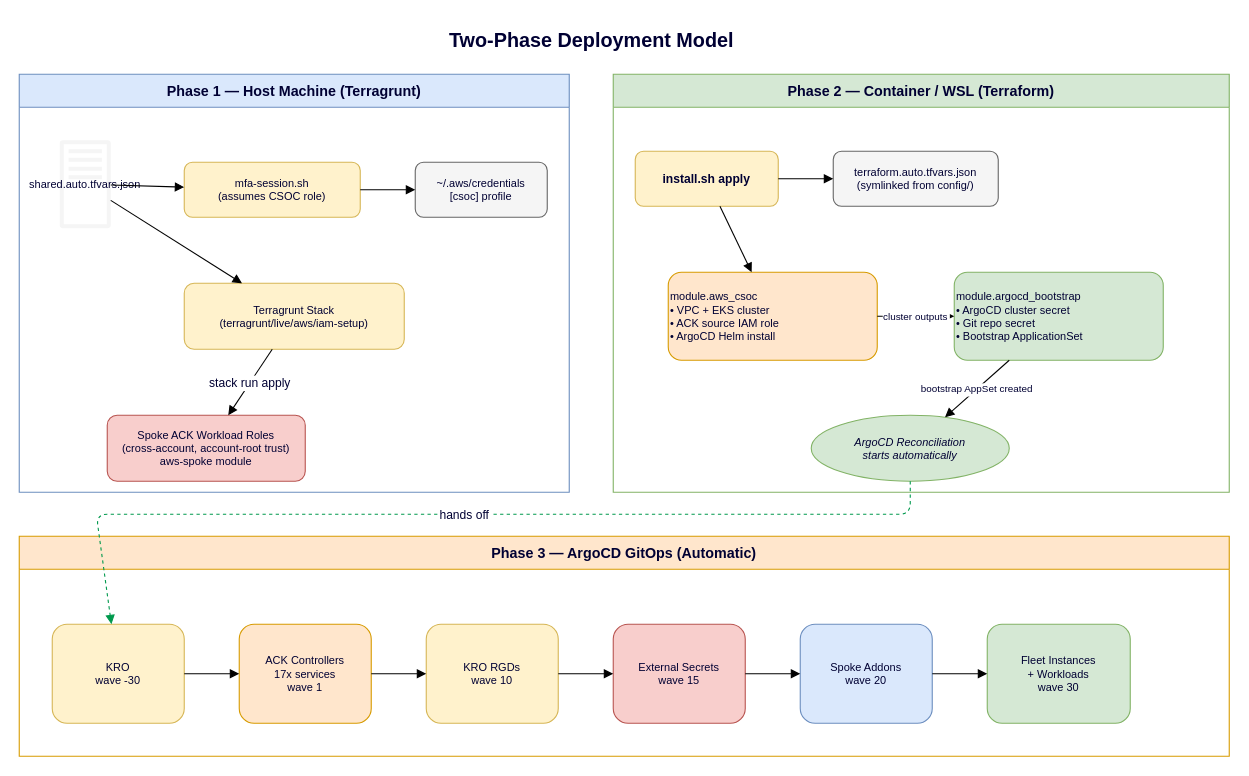
indiana-university/gen3-kro keeps this draw.io diagram as docs/diagrams/deployment-phases.drawio. Above is the earlier version. Source tidied: cells renumbered, new cells numbered last; positions are measured from the earlier drawing's top-left corner, leaving out a move shared by most shapes. Both pictures are drawn from the tidied source at 110%, with x=0, y=0 at pixel (19, 19).
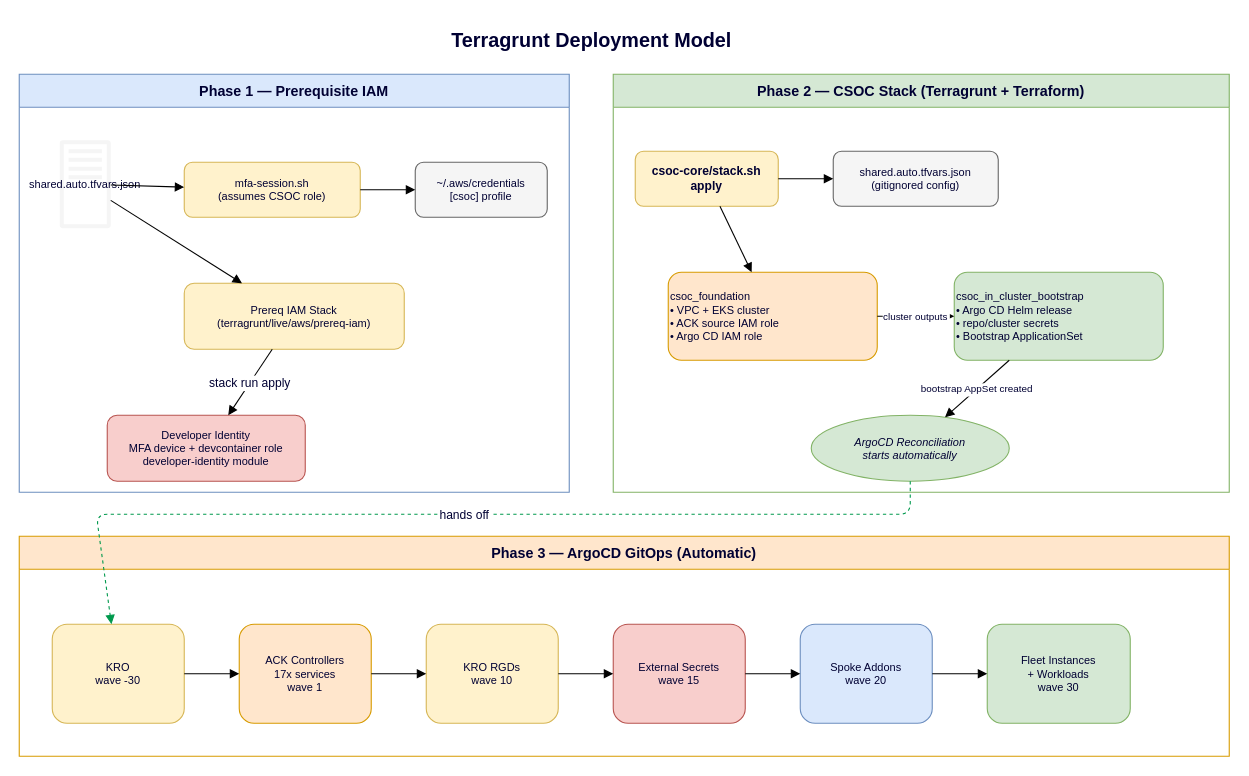
Above is the later version.

Diff of the diagram source:
```diff
@@
-    <mxCell id="2" value="Two-Phase Deployment Model" style="text;html=1;align=center;verticalAlign=middle;strokeColor=none;fillColor=none;fontSize=18;fontStyle=1;fontColor=#000033;" parent="1" vertex="1">
+    <mxCell id="2" value="Terragrunt Deployment Model" style="text;html=1;align=center;verticalAlign=middle;strokeColor=none;fillColor=none;fontSize=18;fontStyle=1;fontColor=#000033;" parent="1" vertex="1">
       <mxGeometry x="270" width="500" height="40" as="geometry" />
     </mxCell>
-    <mxCell id="3" value="Phase 1 — Host Machine (Terragrunt)" style="swimlane;startSize=30;fillColor=#dae8fc;strokeColor=#6c8ebf;fontSize=13;fontStyle=1;fontColor=#000033;" parent="1" vertex="1">
+    <mxCell id="3" value="Phase 1 — Prerequisite IAM" style="swimlane;startSize=30;fillColor=#dae8fc;strokeColor=#6c8ebf;fontSize=13;fontStyle=1;fontColor=#000033;" parent="1" vertex="1">
       <mxGeometry y="50" width="500" height="380" as="geometry" />
     </mxCell>
@@
-    <mxCell id="7" value="Terragrunt Stack&#10;(terragrunt/live/aws/iam-setup)" style="rounded=1;whiteSpace=wrap;fillColor=#fff2cc;strokeColor=#d6b656;fontSize=10;fontColor=#000033;" parent="3" vertex="1">
+    <mxCell id="7" value="Prereq IAM Stack&#10;(terragrunt/live/aws/prereq-iam)" style="rounded=1;whiteSpace=wrap;fillColor=#fff2cc;strokeColor=#d6b656;fontSize=10;fontColor=#000033;" parent="3" vertex="1">
       <mxGeometry x="150" y="190" width="200" height="60" as="geometry" />
     </mxCell>
-    <mxCell id="8" value="Spoke ACK Workload Roles&#10;(cross-account, account-root trust)&#10;aws-spoke module" style="rounded=1;whiteSpace=wrap;fillColor=#f8cecc;strokeColor=#b85450;fontSize=10;fontColor=#000033;" parent="3" vertex="1">
+    <mxCell id="8" value="Developer Identity&#10;MFA device + devcontainer role&#10;developer-identity module" style="rounded=1;whiteSpace=wrap;fillColor=#f8cecc;strokeColor=#b85450;fontSize=10;fontColor=#000033;" parent="3" vertex="1">
       <mxGeometry x="80" y="310" width="180" height="60" as="geometry" />
     </mxCell>
@@
-    <mxCell id="13" value="Phase 2 — Container / WSL (Terraform)" style="swimlane;startSize=30;fillColor=#d5e8d4;strokeColor=#82b366;fontSize=13;fontStyle=1;fontColor=#000033;" parent="1" vertex="1">
+    <mxCell id="13" value="Phase 2 — CSOC Stack (Terragrunt + Terraform)" style="swimlane;startSize=30;fillColor=#d5e8d4;strokeColor=#82b366;fontSize=13;fontStyle=1;fontColor=#000033;" parent="1" vertex="1">
       <mxGeometry x="540" y="50" width="560" height="380" as="geometry" />
     </mxCell>
-    <mxCell id="14" value="install.sh apply" style="rounded=1;whiteSpace=wrap;fillColor=#fff2cc;strokeColor=#d6b656;fontSize=11;fontStyle=1;fontColor=#000033;" parent="13" vertex="1">
+    <mxCell id="14" value="csoc-core/stack.sh apply" style="rounded=1;whiteSpace=wrap;fillColor=#fff2cc;strokeColor=#d6b656;fontSize=11;fontStyle=1;fontColor=#000033;" parent="13" vertex="1">
       <mxGeometry x="20" y="70" width="130" height="50" as="geometry" />
     </mxCell>
-    <mxCell id="15" value="terraform.auto.tfvars.json&#10;(symlinked from config/)" style="rounded=1;whiteSpace=wrap;fillColor=#f5f5f5;strokeColor=#666666;fontSize=10;fontColor=#000033;" parent="13" vertex="1">
+    <mxCell id="15" value="shared.auto.tfvars.json&#10;(gitignored config)" style="rounded=1;whiteSpace=wrap;fillColor=#f5f5f5;strokeColor=#666666;fontSize=10;fontColor=#000033;" parent="13" vertex="1">
       <mxGeometry x="200" y="70" width="150" height="50" as="geometry" />
     </mxCell>
-    <mxCell id="16" value="module.aws_csoc&#10;• VPC + EKS cluster&#10;• ACK source IAM role&#10;• ArgoCD Helm install" style="rounded=1;whiteSpace=wrap;align=left;fillColor=#ffe6cc;strokeColor=#d79b00;fontSize=10;fontColor=#000033;" parent="13" vertex="1">
+    <mxCell id="16" value="csoc_foundation&#10;• VPC + EKS cluster&#10;• ACK source IAM role&#10;• Argo CD IAM role" style="rounded=1;whiteSpace=wrap;align=left;fillColor=#ffe6cc;strokeColor=#d79b00;fontSize=10;fontColor=#000033;" parent="13" vertex="1">
       <mxGeometry x="50" y="180" width="190" height="80" as="geometry" />
     </mxCell>
-    <mxCell id="17" value="module.argocd_bootstrap&#10;• ArgoCD cluster secret&#10;• Git repo secret&#10;• Bootstrap ApplicationSet" style="rounded=1;whiteSpace=wrap;align=left;fillColor=#d5e8d4;strokeColor=#82b366;fontSize=10;fontColor=#000033;" parent="13" vertex="1">
+    <mxCell id="17" value="csoc_in_cluster_bootstrap&#10;• Argo CD Helm release&#10;• repo/cluster secrets&#10;• Bootstrap ApplicationSet" style="rounded=1;whiteSpace=wrap;align=left;fillColor=#d5e8d4;strokeColor=#82b366;fontSize=10;fontColor=#000033;" parent="13" vertex="1">
       <mxGeometry x="310" y="180" width="190" height="80" as="geometry" />
     </mxCell>
```
